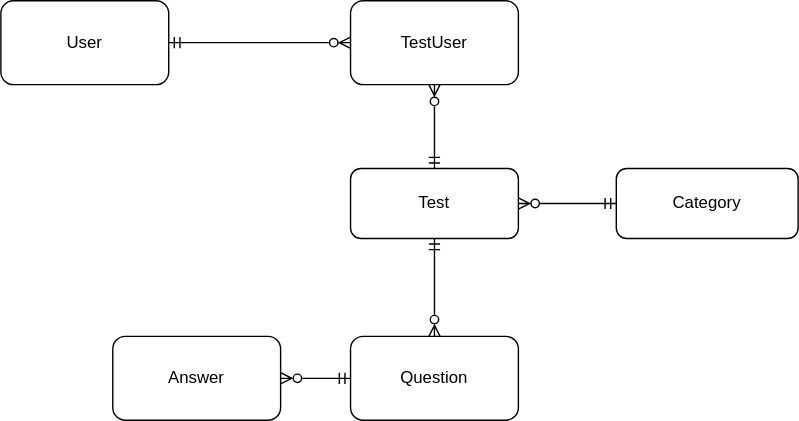
This is ER-диаграммa проекта TestGuru.drawio.svg from Tobi1246/GitHub-wiki, a draw.io export, as it was before one commit. Source tidied: cells renumbered, new cells last; positions are measured from the earlier drawing's top-left corner, leaving out a move shared by most shapes.
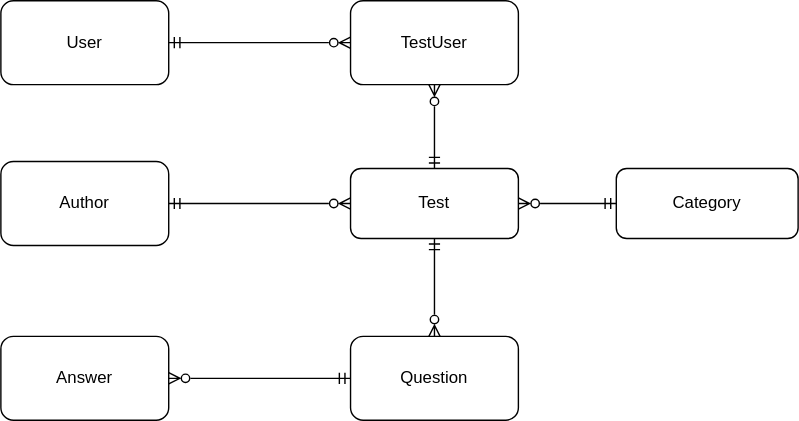
The same file after the commit.

What changed in the source:
```diff
@@ -12,7 +12,7 @@
       <mxGeometry x="250" y="240" width="120" height="60" as="geometry" />
     </mxCell>
     <mxCell id="5" value="Answer" style="rounded=1;whiteSpace=wrap;html=1;" parent="1" vertex="1">
-      <mxGeometry x="80" y="240" width="120" height="60" as="geometry" />
+      <mxGeometry y="240" width="120" height="60" as="geometry" />
     </mxCell>
     <mxCell id="6" style="edgeStyle=orthogonalEdgeStyle;rounded=0;jettySize=auto;html=1;exitX=0.5;exitY=1;exitDx=0;exitDy=0;entryX=0.5;entryY=0;entryDx=0;entryDy=0;strokeColor=default;startArrow=ERmandOne;startFill=0;endArrow=ERzeroToMany;endFill=0;" parent="1" edge="1" source="10" target="4">
       <mxGeometry relative="1" as="geometry" />
@@ -37,5 +37,11 @@
         <mxPoint x="310" y="120" as="sourcePoint" />
       </mxGeometry>
     </mxCell>
+    <mxCell id="13" style="edgeStyle=orthogonalEdgeStyle;rounded=0;jettySize=auto;html=1;exitX=1;exitY=0.5;exitDx=0;exitDy=0;entryX=0;entryY=0.5;entryDx=0;entryDy=0;startArrow=ERmandOne;startFill=0;endArrow=ERzeroToMany;endFill=0;" parent="1" edge="1" source="14" target="10">
+      <mxGeometry relative="1" as="geometry" />
+    </mxCell>
+    <mxCell id="14" value="Author" style="rounded=1;whiteSpace=wrap;html=1;" parent="1" vertex="1">
+      <mxGeometry y="115" width="120" height="60" as="geometry" />
+    </mxCell>
   </root>
 </mxGraphModel>
```
